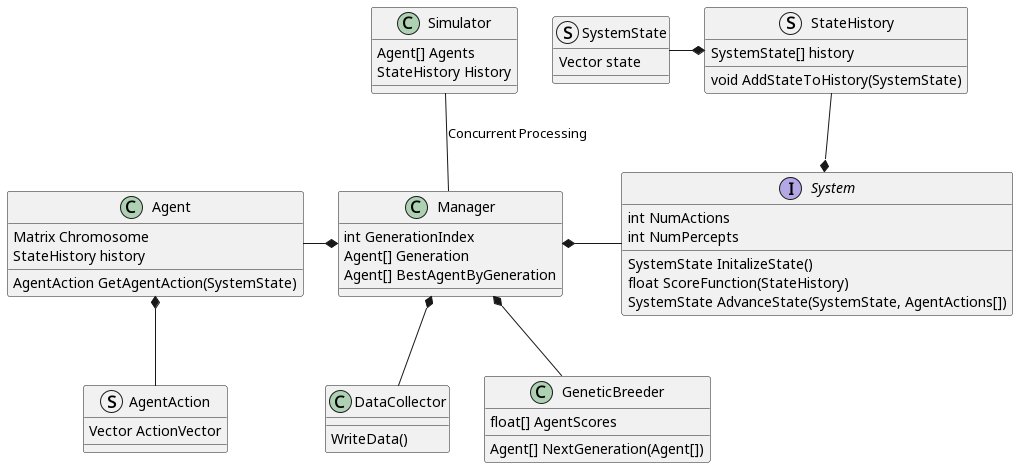
Above: UML/ProjectPlan.png in Otago-Computing-Students-Society/FoosballGeneticLearning (PlantUML), before the change.
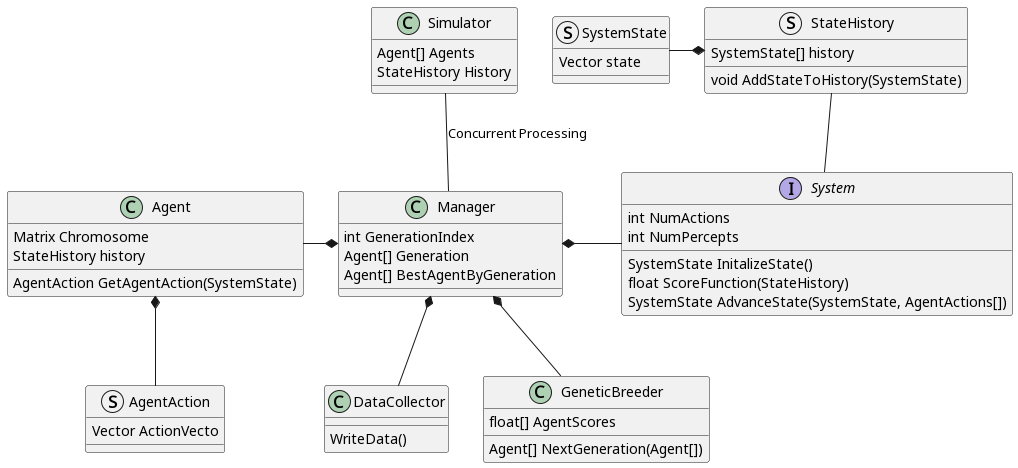
After the change.

Commit message:
Update planning to remove aggregation of StateHistory into system

What changed in the source:
```diff
@@ -7,7 +7,7 @@
 }
 
 struct AgentAction {
-    Vector ActionVector
+    Vector ActionVecto
 }
 
 interface System {
@@ -54,7 +54,7 @@
 
 Agent *-d- AgentAction
 
-System *-u- StateHistory
+System -u- StateHistory
 StateHistory *-l- SystemState
 
 Simulator -d- Manager: Concurrent Processing
```
